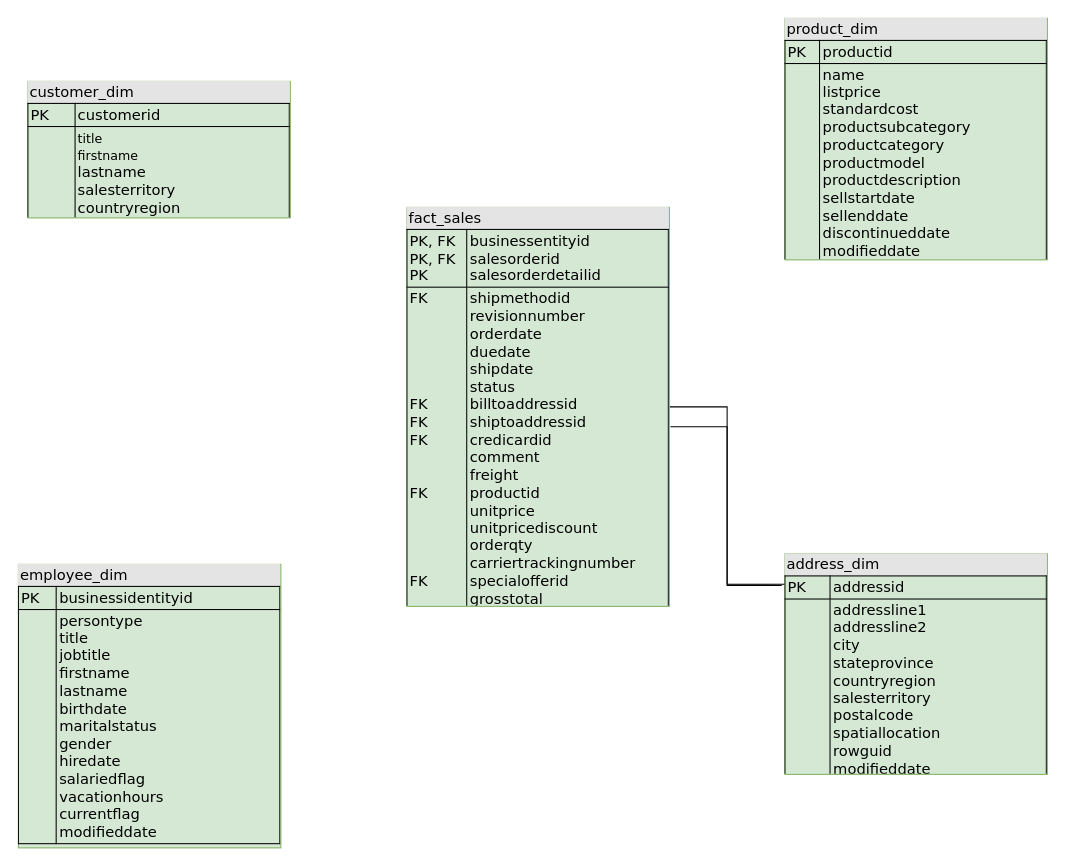
glbarr/AdventureWorks_DW keeps this draw.io diagram as page "dw_model" (1 of 6) of data_models.drawio. Above is the earlier version. Source tidied: cells renumbered, new cells numbered last; positions are measured from the earlier drawing's top-left corner, leaving out a move shared by most shapes. Both pictures are drawn from the tidied source at 105%, with x=0, y=0 at pixel (18, 18).
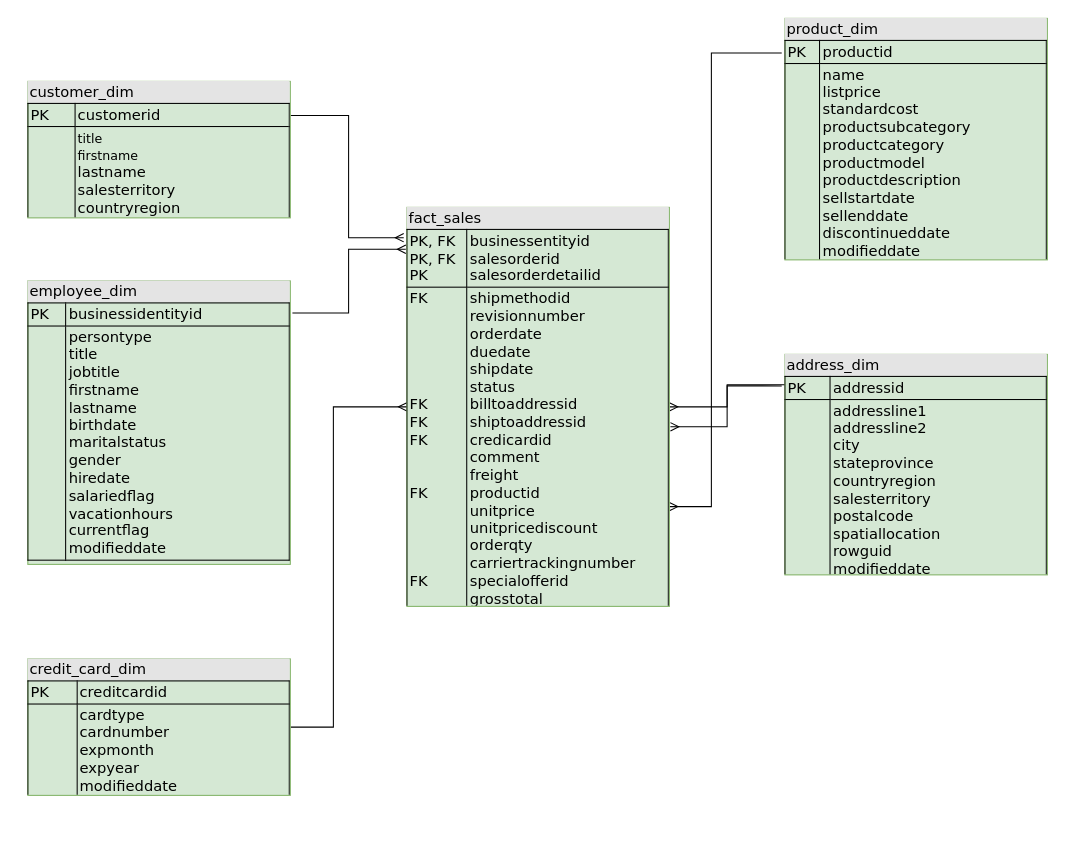
Above is the later version.

Diff of the diagram source:
```diff
@@
 <mxGraphModel>
   <root>
     <mxCell id="0" />
     <mxCell id="1" parent="0" />
-    <mxCell id="2" style="edgeStyle=orthogonalEdgeStyle;rounded=0;jettySize=auto;html=1;exitX=1;exitY=0.5;exitDx=0;exitDy=0;entryX=0.004;entryY=0.138;entryDx=0;entryDy=0;entryPerimeter=0;fontSize=14;startArrow=none;startFill=0;endArrow=none;endFill=0;" parent="1" edge="1" source="4" target="6">
+    <mxCell id="2" style="edgeStyle=orthogonalEdgeStyle;rounded=0;jettySize=auto;html=1;exitX=1;exitY=0.5;exitDx=0;exitDy=0;entryX=0.004;entryY=0.138;entryDx=0;entryDy=0;entryPerimeter=0;fontSize=14;startArrow=ERmany;startFill=0;endArrow=none;endFill=0;" parent="1" edge="1" source="4" target="6">
       <mxGeometry relative="1" as="geometry" />
     </mxCell>
-    <mxCell id="3" style="edgeStyle=orthogonalEdgeStyle;rounded=0;jettySize=auto;html=1;exitX=1.004;exitY=0.55;exitDx=0;exitDy=0;entryX=-0.012;entryY=0.143;entryDx=0;entryDy=0;entryPerimeter=0;fontSize=14;startArrow=none;startFill=0;endArrow=none;endFill=0;exitPerimeter=0;" parent="1" edge="1" source="4" target="6">
+    <mxCell id="3" style="edgeStyle=orthogonalEdgeStyle;rounded=0;jettySize=auto;html=1;exitX=1.004;exitY=0.55;exitDx=0;exitDy=0;entryX=-0.012;entryY=0.143;entryDx=0;entryDy=0;entryPerimeter=0;fontSize=14;startArrow=ERmany;startFill=0;endArrow=none;endFill=0;exitPerimeter=0;" parent="1" edge="1" source="4" target="6">
       <mxGeometry relative="1" as="geometry" />
     </mxCell>
+    <mxCell id="9" style="edgeStyle=orthogonalEdgeStyle;rounded=0;jettySize=auto;html=1;entryX=1.008;entryY=0.113;entryDx=0;entryDy=0;entryPerimeter=0;endArrow=none;endFill=0;startArrow=ERmany;startFill=0;exitX=-0.004;exitY=0.105;exitDx=0;exitDy=0;exitPerimeter=0;" parent="1" edge="1" source="4" target="8">
+      <mxGeometry relative="1" as="geometry" />
+    </mxCell>
+    <mxCell id="10" style="edgeStyle=orthogonalEdgeStyle;rounded=0;jettySize=auto;html=1;entryX=-0.012;entryY=0.143;entryDx=0;entryDy=0;entryPerimeter=0;startArrow=ERmany;startFill=0;endArrow=none;endFill=0;exitX=1;exitY=0.75;exitDx=0;exitDy=0;" parent="1" edge="1" source="4" target="5">
+      <mxGeometry relative="1" as="geometry">
+        <Array as="points">
+          <mxPoint x="660" y="465" />
+          <mxPoint x="660" y="33" />
+        </Array>
+      </mxGeometry>
+    </mxCell>
+    <mxCell id="11" style="edgeStyle=orthogonalEdgeStyle;rounded=0;jettySize=auto;html=1;startArrow=ERmany;startFill=0;endArrow=none;endFill=0;" parent="1" edge="1" source="4" target="13">
+      <mxGeometry relative="1" as="geometry">
+        <Array as="points">
+          <mxPoint x="300" y="370" />
+        </Array>
+      </mxGeometry>
+    </mxCell>
     <mxCell id="4" value="&lt;div style=&quot;box-sizing: border-box; width: 100%; background: rgb(228, 228, 228); padding: 2px; font-size: 14px;&quot;&gt;fact_sales&lt;/div&gt;&lt;table border=&quot;1&quot; style=&quot;width: 100%; font-size: 14px; border: 1px solid rgb(3, 3, 3); border-collapse: collapse;&quot; cellpadding=&quot;2&quot; cellspacing=&quot;0&quot;&gt;&lt;tbody style=&quot;font-size: 14px;&quot;&gt;&lt;tr style=&quot;font-size: 14px;&quot;&gt;&lt;td style=&quot;font-size: 14px;&quot;&gt;PK, FK&lt;br&gt;PK, FK&lt;br&gt;PK&lt;/td&gt;&lt;td style=&quot;font-size: 14px;&quot;&gt;businessentityid&lt;br&gt;salesorderid&lt;br&gt;salesorderdetailid&lt;/td&gt;&lt;/tr&gt;&lt;tr style=&quot;font-size: 14px;&quot;&gt;&lt;td style=&quot;font-size: 14px;&quot;&gt;FK&lt;br&gt;&lt;br&gt;&lt;br&gt;&lt;br&gt;&lt;br&gt;&lt;br&gt;FK&lt;br&gt;FK&lt;br&gt;FK&lt;br&gt;&lt;br&gt;&lt;br&gt;FK&lt;br&gt;&lt;br&gt;&lt;br&gt;&lt;br&gt;&lt;br&gt;FK&lt;br&gt;&lt;br style=&quot;font-size: 14px;&quot;&gt;&lt;/td&gt;&lt;td style=&quot;font-size: 14px;&quot;&gt;shipmethodid&lt;br&gt;revisionnumber&lt;br&gt;orderdate&lt;br&gt;duedate&lt;br&gt;shipdate&lt;br&gt;status&lt;br&gt;billtoaddressid&lt;br&gt;shiptoaddressid&lt;br&gt;credicardid&lt;br&gt;comment&lt;br&gt;freight&lt;br&gt;productid&lt;br&gt;unitprice&lt;br&gt;unitpricediscount&lt;br&gt;orderqty&lt;br&gt;carriertrackingnumber&lt;br&gt;specialofferid&lt;br&gt;grosstotal&lt;/td&gt;&lt;/tr&gt;&lt;/tbody&gt;&lt;/table&gt;" style="verticalAlign=top;align=left;overflow=fill;html=1;rounded=0;shadow=0;comic=0;labelBackgroundColor=none;strokeWidth=1;fontFamily=Verdana;fontSize=14;fillColor=#d5e8d4;strokeColor=#82b366;" parent="1" vertex="1">
       <mxGeometry x="370" y="180" width="250" height="380" as="geometry" />
     </mxCell>
     <mxCell id="5" value="&lt;div style=&quot;box-sizing: border-box; width: 100%; background: rgb(228, 228, 228); padding: 2px; font-size: 14px;&quot;&gt;product_dim&lt;/div&gt;&lt;table border=&quot;1&quot; style=&quot;width: 100%; font-size: 14px; border: 1px solid rgb(3, 3, 3); border-collapse: collapse;&quot; cellpadding=&quot;2&quot; cellspacing=&quot;0&quot;&gt;&lt;tbody style=&quot;font-size: 14px;&quot;&gt;&lt;tr style=&quot;font-size: 14px;&quot;&gt;&lt;td style=&quot;font-size: 14px;&quot;&gt;PK&lt;/td&gt;&lt;td style=&quot;font-size: 14px;&quot;&gt;productid&lt;/td&gt;&lt;/tr&gt;&lt;tr style=&quot;font-size: 14px;&quot;&gt;&lt;td style=&quot;font-size: 14px;&quot;&gt;&lt;br style=&quot;font-size: 14px;&quot;&gt;&lt;/td&gt;&lt;td style=&quot;font-size: 14px;&quot;&gt;name&lt;br style=&quot;font-size: 14px;&quot;&gt;listprice&lt;br style=&quot;font-size: 14px;&quot;&gt;standardcost&lt;br style=&quot;font-size: 14px;&quot;&gt;productsubcategory&lt;br style=&quot;font-size: 14px;&quot;&gt;productcategory&lt;br style=&quot;font-size: 14px;&quot;&gt;productmodel&lt;br style=&quot;font-size: 14px;&quot;&gt;productdescription&lt;br style=&quot;font-size: 14px;&quot;&gt;sellstartdate&lt;br style=&quot;font-size: 14px;&quot;&gt;sellenddate&lt;br style=&quot;font-size: 14px;&quot;&gt;discontinueddate&lt;br style=&quot;font-size: 14px;&quot;&gt;modifieddate&lt;/td&gt;&lt;/tr&gt;&lt;/tbody&gt;&lt;/table&gt;" style="verticalAlign=top;align=left;overflow=fill;html=1;rounded=0;shadow=0;comic=0;labelBackgroundColor=none;strokeWidth=1;fontFamily=Verdana;fontSize=14;fillColor=#d5e8d4;strokeColor=#82b366;" parent="1" vertex="1">
       <mxGeometry x="730" width="250" height="230" as="geometry" />
     </mxCell>
     <mxCell id="6" value="&lt;div style=&quot;box-sizing: border-box; width: 100%; background: rgb(228, 228, 228); padding: 2px; font-size: 14px;&quot;&gt;address_dim&lt;/div&gt;&lt;table border=&quot;1&quot; style=&quot;width: 100%; font-size: 14px; border: 1px solid rgb(3, 3, 3); border-collapse: collapse;&quot; cellpadding=&quot;2&quot; cellspacing=&quot;0&quot;&gt;&lt;tbody style=&quot;font-size: 14px;&quot;&gt;&lt;tr style=&quot;font-size: 14px;&quot;&gt;&lt;td style=&quot;font-size: 14px;&quot;&gt;PK&lt;/td&gt;&lt;td style=&quot;font-size: 14px;&quot;&gt;addressid&lt;/td&gt;&lt;/tr&gt;&lt;tr style=&quot;font-size: 14px;&quot;&gt;&lt;td style=&quot;font-size: 14px;&quot;&gt;&lt;br style=&quot;font-size: 14px;&quot;&gt;&lt;/td&gt;&lt;td style=&quot;font-size: 14px;&quot;&gt;&lt;span style=&quot;font-size: 14px;&quot;&gt;addressline1&lt;/span&gt;&lt;br style=&quot;font-size: 14px;&quot;&gt;&lt;span style=&quot;font-size: 14px;&quot;&gt;addressline2&lt;/span&gt;&lt;br style=&quot;font-size: 14px;&quot;&gt;&lt;span style=&quot;font-size: 14px;&quot;&gt;city&lt;/span&gt;&lt;br style=&quot;font-size: 14px;&quot;&gt;&lt;span style=&quot;font-size: 14px;&quot;&gt;stateprovince&lt;br style=&quot;font-size: 14px;&quot;&gt;&lt;/span&gt;countryregion&lt;br style=&quot;font-size: 14px;&quot;&gt;salesterritory&lt;br style=&quot;font-size: 14px;&quot;&gt;&lt;span style=&quot;font-size: 14px;&quot;&gt;postalcode&lt;/span&gt;&lt;br style=&quot;font-size: 14px;&quot;&gt;&lt;span style=&quot;font-size: 14px;&quot;&gt;spatiallocation&lt;/span&gt;&lt;br style=&quot;font-size: 14px;&quot;&gt;&lt;span style=&quot;font-size: 14px;&quot;&gt;rowguid&lt;/span&gt;&lt;br style=&quot;font-size: 14px;&quot;&gt;&lt;span style=&quot;font-size: 14px;&quot;&gt;modifieddate&lt;/span&gt;&lt;br style=&quot;font-size: 14px;&quot;&gt;&lt;/td&gt;&lt;/tr&gt;&lt;/tbody&gt;&lt;/table&gt;" style="verticalAlign=top;align=left;overflow=fill;html=1;rounded=0;shadow=0;comic=0;labelBackgroundColor=none;strokeWidth=1;fontFamily=Verdana;fontSize=14;fillColor=#d5e8d4;strokeColor=#82b366;" parent="1" vertex="1">
-      <mxGeometry x="730" y="510" width="250" height="210" as="geometry" />
+      <mxGeometry x="730" y="320" width="250" height="210" as="geometry" />
     </mxCell>
+    <mxCell id="12" style="edgeStyle=orthogonalEdgeStyle;rounded=0;jettySize=auto;html=1;exitX=1;exitY=0.25;exitDx=0;exitDy=0;startArrow=none;startFill=0;endArrow=ERmany;endFill=0;entryX=-0.012;entryY=0.076;entryDx=0;entryDy=0;entryPerimeter=0;" parent="1" edge="1" source="7" target="4">
+      <mxGeometry relative="1" as="geometry" />
+    </mxCell>
     <mxCell id="7" value="&lt;div style=&quot;box-sizing: border-box; width: 100%; background: rgb(228, 228, 228); padding: 2px; font-size: 14px;&quot;&gt;customer_dim&lt;/div&gt;&lt;table border=&quot;1&quot; style=&quot;width: 100%; font-size: 14px; border: 1px solid rgb(3, 3, 3); border-collapse: collapse;&quot; cellpadding=&quot;2&quot; cellspacing=&quot;0&quot;&gt;&lt;tbody style=&quot;font-size: 14px;&quot;&gt;&lt;tr style=&quot;font-size: 14px;&quot;&gt;&lt;td style=&quot;font-size: 14px;&quot;&gt;PK&lt;/td&gt;&lt;td style=&quot;font-size: 14px;&quot;&gt;customerid&lt;br&gt;&lt;/td&gt;&lt;/tr&gt;&lt;tr style=&quot;font-size: 14px;&quot;&gt;&lt;td style=&quot;font-size: 14px;&quot;&gt;&lt;br style=&quot;font-size: 14px;&quot;&gt;&lt;/td&gt;&lt;td style=&quot;font-size: 14px;&quot;&gt;&lt;span style=&quot;font-size: 12px;&quot;&gt;title&lt;br&gt;firstname&lt;br&gt;&lt;/span&gt;lastname&lt;br&gt;salesterritory&lt;br&gt;countryregion&lt;br&gt;&lt;/td&gt;&lt;/tr&gt;&lt;/tbody&gt;&lt;/table&gt;" style="verticalAlign=top;align=left;overflow=fill;html=1;rounded=0;shadow=0;comic=0;labelBackgroundColor=none;strokeWidth=1;fontFamily=Verdana;fontSize=14;fillColor=#d5e8d4;strokeColor=#82b366;" parent="1" vertex="1">
       <mxGeometry x="9" y="60" width="250" height="130" as="geometry" />
     </mxCell>
     <mxCell id="8" value="&lt;div style=&quot;box-sizing: border-box; width: 100%; background: rgb(228, 228, 228); padding: 2px; font-size: 14px;&quot;&gt;employee_dim&lt;/div&gt;&lt;table border=&quot;1&quot; style=&quot;width: 100%; font-size: 14px; border: 1px solid rgb(3, 3, 3); border-collapse: collapse;&quot; cellpadding=&quot;2&quot; cellspacing=&quot;0&quot;&gt;&lt;tbody style=&quot;font-size: 14px;&quot;&gt;&lt;tr style=&quot;font-size: 14px;&quot;&gt;&lt;td style=&quot;font-size: 14px;&quot;&gt;PK&lt;/td&gt;&lt;td style=&quot;font-size: 14px;&quot;&gt;businessidentityid&lt;/td&gt;&lt;/tr&gt;&lt;tr style=&quot;font-size: 14px;&quot;&gt;&lt;td style=&quot;font-size: 14px;&quot;&gt;&lt;br style=&quot;font-size: 14px;&quot;&gt;&lt;/td&gt;&lt;td style=&quot;font-size: 14px;&quot;&gt;persontype&lt;br&gt;title&lt;br&gt;jobtitle&lt;br&gt;firstname&lt;br&gt;lastname&lt;br&gt;birthdate&lt;br&gt;maritalstatus&lt;br&gt;gender&lt;br&gt;hiredate&lt;br&gt;salariedflag&lt;br&gt;vacationhours&lt;br&gt;currentflag&lt;br&gt;modifieddate&lt;/td&gt;&lt;/tr&gt;&lt;/tbody&gt;&lt;/table&gt;" style="verticalAlign=top;align=left;overflow=fill;html=1;rounded=0;shadow=0;comic=0;labelBackgroundColor=none;strokeWidth=1;fontFamily=Verdana;fontSize=14;fillColor=#d5e8d4;strokeColor=#82b366;" parent="1" vertex="1">
-      <mxGeometry y="520" width="250" height="270" as="geometry" />
+      <mxGeometry x="9" y="250" width="250" height="270" as="geometry" />
     </mxCell>
+    <mxCell id="13" value="&lt;div style=&quot;box-sizing: border-box; width: 100%; background: rgb(228, 228, 228); padding: 2px; font-size: 14px;&quot;&gt;credit_card_dim&lt;/div&gt;&lt;table border=&quot;1&quot; style=&quot;width: 100%; font-size: 14px; border: 1px solid rgb(3, 3, 3); border-collapse: collapse;&quot; cellpadding=&quot;2&quot; cellspacing=&quot;0&quot;&gt;&lt;tbody style=&quot;font-size: 14px;&quot;&gt;&lt;tr style=&quot;font-size: 14px;&quot;&gt;&lt;td style=&quot;font-size: 14px;&quot;&gt;PK&lt;/td&gt;&lt;td style=&quot;font-size: 14px;&quot;&gt;creditcardid&lt;/td&gt;&lt;/tr&gt;&lt;tr style=&quot;font-size: 14px;&quot;&gt;&lt;td style=&quot;font-size: 14px;&quot;&gt;&lt;br&gt;&lt;/td&gt;&lt;td style=&quot;font-size: 14px;&quot;&gt;cardtype&lt;br&gt;cardnumber&lt;br&gt;expmonth&lt;br&gt;expyear&lt;br&gt;modifieddate&lt;/td&gt;&lt;/tr&gt;&lt;/tbody&gt;&lt;/table&gt;" style="verticalAlign=top;align=left;overflow=fill;html=1;rounded=0;shadow=0;comic=0;labelBackgroundColor=none;strokeWidth=1;fontFamily=Verdana;fontSize=14;fillColor=#d5e8d4;strokeColor=#82b366;" parent="1" vertex="1">
+      <mxGeometry x="9" y="610" width="250" height="130" as="geometry" />
+    </mxCell>
   </root>
 </mxGraphModel>
```
